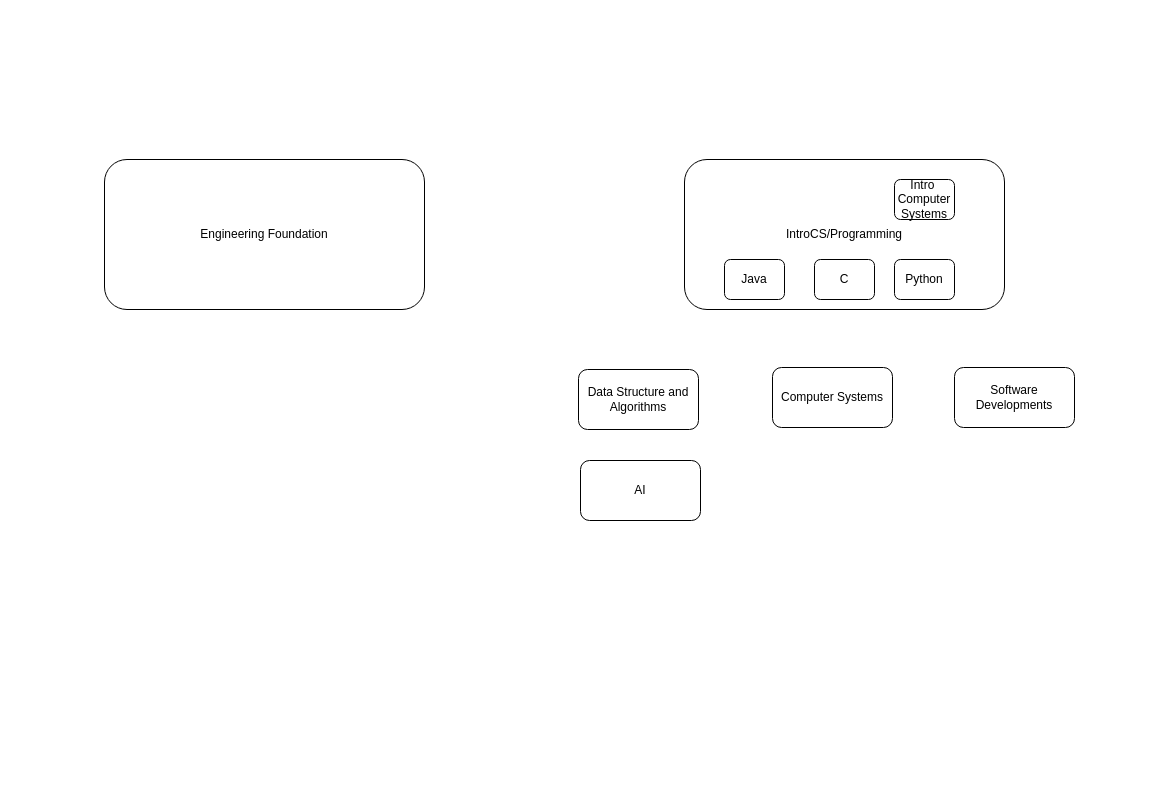
Earlier version of the draw.io diagram self-study.drawio (tqvnde/learning-notes). Source tidied: cells renumbered, new cells numbered last; positions are measured from the earlier drawing's top-left corner, leaving out a move shared by most shapes. Both pictures are drawn from the tidied source at 100%, with x=0, y=0 at pixel (104, 159).
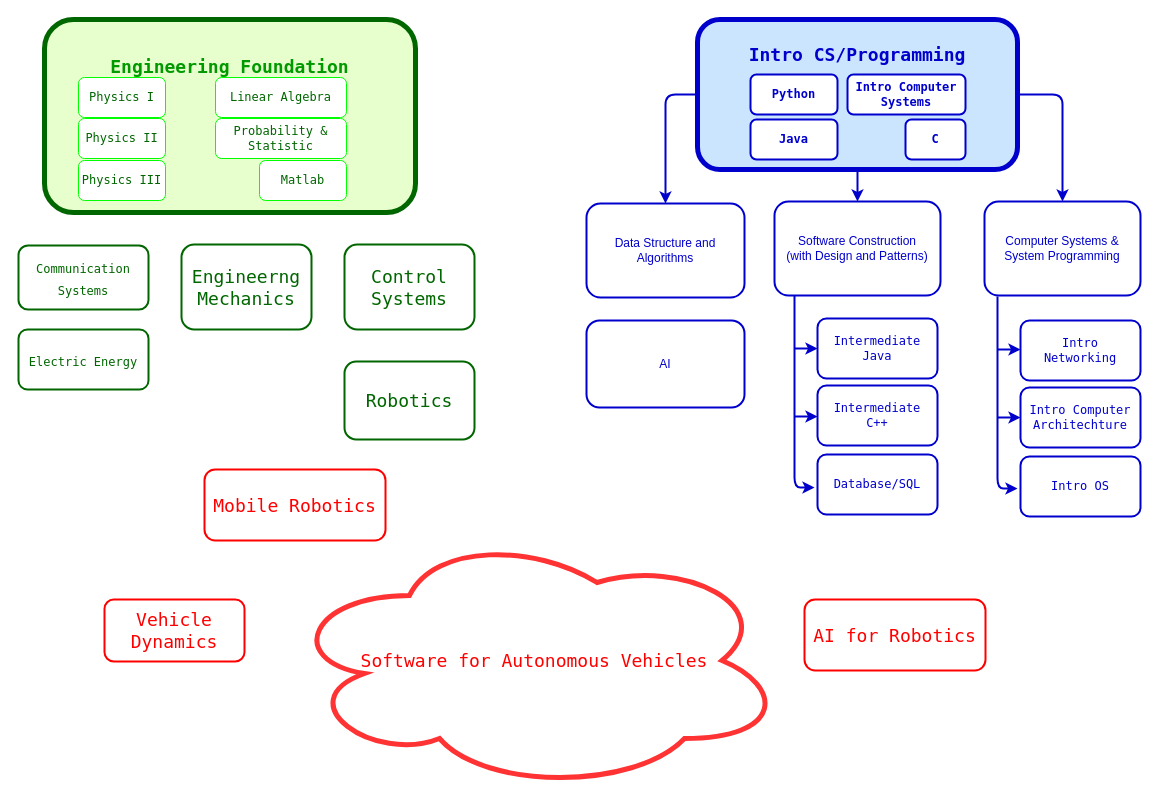
The same diagram, later.

The edit, as a diff of the source:
```diff
@@
-    <mxCell id="2" value="Engineering Foundation" style="rounded=1;whiteSpace=wrap;html=1;" parent="1" vertex="1">
-      <mxGeometry width="320" height="150" as="geometry" />
+    <mxCell id="2" value="Engineering Foundation" style="rounded=1;whiteSpace=wrap;html=1;spacingTop=-100;fontColor=#009900;fontFamily=Lucida Console;fontSize=18;fontStyle=1;strokeColor=#006600;strokeWidth=5;fillColor=#E6FFCC;" parent="1" vertex="1">
+      <mxGeometry x="-60" y="-140" width="371" height="193" as="geometry" />
     </mxCell>
+    <mxCell id="12" style="edgeStyle=none;html=1;exitX=0.5;exitY=1;exitDx=0;exitDy=0;entryX=0.5;entryY=0;entryDx=0;entryDy=0;fontFamily=Lucida Console;fontSize=12;fontColor=#0000CC;strokeColor=#0000CC;strokeWidth=2;" parent="1" edge="1" source="3" target="11">
+      <mxGeometry relative="1" as="geometry" />
+    </mxCell>
-    <mxCell id="3" value="IntroCS/Programming" style="rounded=1;whiteSpace=wrap;html=1;" parent="1" vertex="1">
-      <mxGeometry x="580" width="320" height="150" as="geometry" />
+    <mxCell id="3" value="Intro CS/Programming" style="rounded=1;whiteSpace=wrap;html=1;strokeColor=#0000CC;strokeWidth=5;fontColor=#0000CC;fontFamily=Lucida Console;fontStyle=1;fontSize=18;spacingBottom=0;spacingTop=-80;fillColor=#CCE5FF;" parent="1" vertex="1">
+      <mxGeometry x="593" y="-140" width="320" height="150" as="geometry" />
     </mxCell>
-    <mxCell id="4" value="Java" style="rounded=1;whiteSpace=wrap;html=1;" parent="1" vertex="1">
-      <mxGeometry x="620" y="100" width="60" height="40" as="geometry" />
+    <mxCell id="4" value="Java" style="rounded=1;whiteSpace=wrap;html=1;strokeColor=#0000CC;strokeWidth=2;fontColor=#0000CC;fontFamily=Lucida Console;fontStyle=1;" parent="1" vertex="1">
+      <mxGeometry x="646" y="-40" width="87" height="40" as="geometry" />
     </mxCell>
-    <mxCell id="5" value="Python" style="rounded=1;whiteSpace=wrap;html=1;" parent="1" vertex="1">
-      <mxGeometry x="790" y="100" width="60" height="40" as="geometry" />
+    <mxCell id="5" value="Python" style="rounded=1;whiteSpace=wrap;html=1;strokeColor=#0000CC;strokeWidth=2;fontColor=#0000CC;fontFamily=Lucida Console;fontStyle=1;" parent="1" vertex="1">
+      <mxGeometry x="646" y="-85" width="87" height="40" as="geometry" />
     </mxCell>
-    <mxCell id="6" value="C" style="rounded=1;whiteSpace=wrap;html=1;" parent="1" vertex="1">
-      <mxGeometry x="710" y="100" width="60" height="40" as="geometry" />
+    <mxCell id="6" value="C" style="rounded=1;whiteSpace=wrap;html=1;strokeColor=#0000CC;strokeWidth=2;fontColor=#0000CC;fontFamily=Lucida Console;fontStyle=1;" parent="1" vertex="1">
+      <mxGeometry x="801" y="-40" width="60" height="40" as="geometry" />
     </mxCell>
-    <mxCell id="7" value="Data Structure and Algorithms" style="rounded=1;whiteSpace=wrap;html=1;" parent="1" vertex="1">
-      <mxGeometry x="474" y="210" width="120" height="60" as="geometry" />
+    <mxCell id="7" value="Data Structure and Algorithms" style="rounded=1;whiteSpace=wrap;html=1;strokeColor=#0000CC;strokeWidth=2;fontColor=#0000CC;" parent="1" vertex="1">
+      <mxGeometry x="482" y="44" width="158" height="94" as="geometry" />
     </mxCell>
-    <mxCell id="8" value="AI" style="rounded=1;whiteSpace=wrap;html=1;" parent="1" vertex="1">
-      <mxGeometry x="476" y="301" width="120" height="60" as="geometry" />
+    <mxCell id="8" value="AI" style="rounded=1;whiteSpace=wrap;html=1;strokeColor=#0000CC;strokeWidth=2;fontColor=#0000CC;" parent="1" vertex="1">
+      <mxGeometry x="482" y="161" width="158" height="87" as="geometry" />
     </mxCell>
-    <mxCell id="9" value="Computer Systems" style="rounded=1;whiteSpace=wrap;html=1;" parent="1" vertex="1">
-      <mxGeometry x="668" y="208" width="120" height="60" as="geometry" />
+    <mxCell id="9" value="Computer Systems &amp;amp; System Programming" style="rounded=1;whiteSpace=wrap;html=1;strokeColor=#0000CC;strokeWidth=2;fontColor=#0000CC;" parent="1" vertex="1">
+      <mxGeometry x="880" y="42" width="156" height="94" as="geometry" />
     </mxCell>
-    <mxCell id="10" value="Intro&amp;nbsp; Computer Systems&lt;br&gt;" style="rounded=1;whiteSpace=wrap;html=1;" parent="1" vertex="1">
-      <mxGeometry x="790" y="20" width="60" height="40" as="geometry" />
+    <mxCell id="10" value="Intro Computer Systems" style="rounded=1;whiteSpace=wrap;html=1;strokeColor=#0000CC;strokeWidth=2;fontColor=#0000CC;fontFamily=Lucida Console;fontStyle=1;" parent="1" vertex="1">
+      <mxGeometry x="743" y="-85" width="118" height="40" as="geometry" />
     </mxCell>
-    <mxCell id="11" value="Software Developments" style="rounded=1;whiteSpace=wrap;html=1;" parent="1" vertex="1">
-      <mxGeometry x="850" y="208" width="120" height="60" as="geometry" />
+    <mxCell id="11" value="Software Construction &lt;br&gt;(with Design and Patterns)" style="rounded=1;whiteSpace=wrap;html=1;strokeColor=#0000CC;strokeWidth=2;fontColor=#0000CC;" parent="1" vertex="1">
+      <mxGeometry x="670" y="42" width="166" height="94" as="geometry" />
     </mxCell>
+    <mxCell id="13" value="Physics I" style="rounded=1;whiteSpace=wrap;html=1;fontColor=#006600;strokeColor=#00FF00;fontFamily=Lucida Console;" parent="1" vertex="1">
+      <mxGeometry x="-26" y="-82" width="87" height="40" as="geometry" />
+    </mxCell>
+    <mxCell id="14" value="Intermediate Java" style="rounded=1;whiteSpace=wrap;html=1;fontFamily=Lucida Console;fontSize=12;fontColor=#0000CC;strokeColor=#0000CC;strokeWidth=2;" parent="1" vertex="1">
+      <mxGeometry x="713" y="159" width="120" height="60" as="geometry" />
+    </mxCell>
+    <mxCell id="15" value="Intermediate&lt;br&gt;C++" style="rounded=1;whiteSpace=wrap;html=1;fontFamily=Lucida Console;fontSize=12;fontColor=#0000CC;strokeColor=#0000CC;strokeWidth=2;" parent="1" vertex="1">
+      <mxGeometry x="713" y="226" width="120" height="60" as="geometry" />
+    </mxCell>
+    <mxCell id="16" value="Database/SQL" style="rounded=1;whiteSpace=wrap;html=1;fontFamily=Lucida Console;fontSize=12;fontColor=#0000CC;strokeColor=#0000CC;strokeWidth=2;" parent="1" vertex="1">
+      <mxGeometry x="713" y="295" width="120" height="60" as="geometry" />
+    </mxCell>
+    <mxCell id="17" value="Intro &lt;br&gt;Networking" style="rounded=1;whiteSpace=wrap;html=1;fontFamily=Lucida Console;fontSize=12;fontColor=#0000CC;strokeColor=#0000CC;strokeWidth=2;" parent="1" vertex="1">
+      <mxGeometry x="916" y="161" width="120" height="60" as="geometry" />
+    </mxCell>
+    <mxCell id="18" value="Intro Computer Architechture" style="rounded=1;whiteSpace=wrap;html=1;fontFamily=Lucida Console;fontSize=12;fontColor=#0000CC;strokeColor=#0000CC;strokeWidth=2;" parent="1" vertex="1">
+      <mxGeometry x="916" y="228" width="120" height="60" as="geometry" />
+    </mxCell>
+    <mxCell id="19" value="Intro OS" style="rounded=1;whiteSpace=wrap;html=1;fontFamily=Lucida Console;fontSize=12;fontColor=#0000CC;strokeColor=#0000CC;strokeWidth=2;" parent="1" vertex="1">
+      <mxGeometry x="916" y="297" width="120" height="60" as="geometry" />
+    </mxCell>
+    <mxCell id="20" style="endArrow=classic;html=1;fontFamily=Lucida Console;fontSize=12;fontColor=#0000CC;entryX=0.5;entryY=0;entryDx=0;entryDy=0;exitX=0;exitY=0.5;exitDx=0;exitDy=0;strokeColor=#0000CC;strokeWidth=2;" parent="1" edge="1" source="3" target="7">
+      <mxGeometry relative="1" as="geometry">
+        <Array as="points">
+          <mxPoint x="561" y="-65" />
+        </Array>
+      </mxGeometry>
+    </mxCell>
+    <mxCell id="21" style="endArrow=classic;html=1;fontFamily=Lucida Console;fontSize=12;fontColor=#0000CC;strokeColor=#0000CC;strokeWidth=2;exitX=1;exitY=0.5;exitDx=0;exitDy=0;entryX=0.5;entryY=0;entryDx=0;entryDy=0;" parent="1" edge="1" source="3" target="9">
+      <mxGeometry relative="1" as="geometry">
+        <Array as="points">
+          <mxPoint x="958" y="-65" />
+        </Array>
+      </mxGeometry>
+    </mxCell>
+    <mxCell id="22" style="endArrow=classic;html=1;fontFamily=Lucida Console;fontSize=12;fontColor=#0000CC;strokeColor=#0000CC;strokeWidth=2;" parent="1" edge="1">
+      <mxGeometry relative="1" as="geometry">
+        <mxPoint x="690" y="136" as="sourcePoint" />
+        <mxPoint x="710" y="328" as="targetPoint" />
+        <Array as="points">
+          <mxPoint x="690" y="328" />
+        </Array>
+      </mxGeometry>
+    </mxCell>
+    <mxCell id="23" style="endArrow=classic;html=1;fontFamily=Lucida Console;fontSize=12;fontColor=#0000CC;strokeColor=#0000CC;strokeWidth=2;entryX=0;entryY=0.5;entryDx=0;entryDy=0;" parent="1" edge="1">
+      <mxGeometry relative="1" as="geometry">
+        <mxPoint x="690" y="189" as="sourcePoint" />
+        <mxPoint x="713" y="189" as="targetPoint" />
+      </mxGeometry>
+    </mxCell>
+    <mxCell id="24" style="endArrow=classic;html=1;fontFamily=Lucida Console;fontSize=12;fontColor=#0000CC;strokeColor=#0000CC;strokeWidth=2;" parent="1" edge="1">
+      <mxGeometry relative="1" as="geometry">
+        <mxPoint x="690" y="257" as="sourcePoint" />
+        <mxPoint x="713" y="257" as="targetPoint" />
+      </mxGeometry>
+    </mxCell>
+    <mxCell id="25" style="endArrow=classic;html=1;fontFamily=Lucida Console;fontSize=12;fontColor=#0000CC;strokeColor=#0000CC;strokeWidth=2;" parent="1" edge="1">
+      <mxGeometry relative="1" as="geometry">
+        <mxPoint x="893" y="137" as="sourcePoint" />
+        <mxPoint x="913" y="329" as="targetPoint" />
+        <Array as="points">
+          <mxPoint x="893" y="329" />
+        </Array>
+      </mxGeometry>
+    </mxCell>
+    <mxCell id="26" style="endArrow=classic;html=1;fontFamily=Lucida Console;fontSize=12;fontColor=#0000CC;strokeColor=#0000CC;strokeWidth=2;entryX=0;entryY=0.5;entryDx=0;entryDy=0;" parent="1" edge="1">
+      <mxGeometry relative="1" as="geometry">
+        <mxPoint x="893" y="190" as="sourcePoint" />
+        <mxPoint x="916" y="190" as="targetPoint" />
+      </mxGeometry>
+    </mxCell>
+    <mxCell id="27" style="endArrow=classic;html=1;fontFamily=Lucida Console;fontSize=12;fontColor=#0000CC;strokeColor=#0000CC;strokeWidth=2;" parent="1" edge="1">
+      <mxGeometry relative="1" as="geometry">
+        <mxPoint x="893" y="258" as="sourcePoint" />
+        <mxPoint x="916" y="258" as="targetPoint" />
+      </mxGeometry>
+    </mxCell>
+    <mxCell id="28" value="Physics II" style="rounded=1;whiteSpace=wrap;html=1;fontColor=#006600;strokeColor=#00FF00;fontFamily=Lucida Console;" parent="1" vertex="1">
+      <mxGeometry x="-26" y="-41" width="87" height="40" as="geometry" />
+    </mxCell>
+    <mxCell id="29" value="Physics III" style="rounded=1;whiteSpace=wrap;html=1;fontColor=#006600;strokeColor=#00FF00;fontFamily=Lucida Console;" parent="1" vertex="1">
+      <mxGeometry x="-26" y="1" width="87" height="40" as="geometry" />
+    </mxCell>
+    <mxCell id="30" value="Linear Algebra" style="rounded=1;whiteSpace=wrap;html=1;fontColor=#006600;strokeColor=#00FF00;fontFamily=Lucida Console;" parent="1" vertex="1">
+      <mxGeometry x="111" y="-82" width="131" height="40" as="geometry" />
+    </mxCell>
+    <mxCell id="31" value="Probability &amp;amp; Statistic" style="rounded=1;whiteSpace=wrap;html=1;fontColor=#006600;strokeColor=#00FF00;fontFamily=Lucida Console;" parent="1" vertex="1">
+      <mxGeometry x="111" y="-41" width="131" height="40" as="geometry" />
+    </mxCell>
+    <mxCell id="32" value="Matlab" style="rounded=1;whiteSpace=wrap;html=1;fontColor=#006600;strokeColor=#00FF00;fontFamily=Lucida Console;" parent="1" vertex="1">
+      <mxGeometry x="155" y="1" width="87" height="40" as="geometry" />
+    </mxCell>
+    <mxCell id="33" value="&lt;font color=&quot;#ff0000&quot;&gt;Software for Autonomous Vehicles&lt;/font&gt;" style="ellipse;shape=cloud;whiteSpace=wrap;html=1;fontFamily=Lucida Console;fontSize=18;fontColor=#006600;strokeColor=#FF3333;strokeWidth=5;fillColor=#FFFFFF;" parent="1" vertex="1">
+      <mxGeometry x="180" y="371" width="500" height="260" as="geometry" />
+    </mxCell>
+    <mxCell id="34" value="Robotics" style="rounded=1;whiteSpace=wrap;html=1;fontFamily=Lucida Console;fontSize=18;fontColor=#006600;strokeColor=#006600;strokeWidth=2;fillColor=#FFFFFF;" parent="1" vertex="1">
+      <mxGeometry x="240" y="202" width="130" height="78" as="geometry" />
+    </mxCell>
+    <mxCell id="35" value="Control Systems" style="rounded=1;whiteSpace=wrap;html=1;fontFamily=Lucida Console;fontSize=18;fontColor=#006600;strokeColor=#006600;strokeWidth=2;fillColor=#FFFFFF;" parent="1" vertex="1">
+      <mxGeometry x="240" y="85" width="130" height="85" as="geometry" />
+    </mxCell>
+    <mxCell id="36" value="Engineerng Mechanics" style="rounded=1;whiteSpace=wrap;html=1;fontFamily=Lucida Console;fontSize=18;fontColor=#006600;strokeColor=#006600;strokeWidth=2;fillColor=#FFFFFF;" parent="1" vertex="1">
+      <mxGeometry x="77" y="85" width="130" height="85" as="geometry" />
+    </mxCell>
+    <mxCell id="37" value="&lt;font color=&quot;#ff0000&quot;&gt;Vehicle Dynamics&lt;/font&gt;" style="rounded=1;whiteSpace=wrap;html=1;fontFamily=Lucida Console;fontSize=18;fontColor=#006600;strokeColor=#FF0000;strokeWidth=2;fillColor=#FFFFFF;" parent="1" vertex="1">
+      <mxGeometry y="440" width="140" height="62" as="geometry" />
+    </mxCell>
+    <mxCell id="38" value="&lt;font style=&quot;font-size: 12px&quot;&gt;Communication Systems&lt;/font&gt;" style="rounded=1;whiteSpace=wrap;html=1;fontFamily=Lucida Console;fontSize=18;fontColor=#006600;strokeColor=#006600;strokeWidth=2;fillColor=#FFFFFF;" parent="1" vertex="1">
+      <mxGeometry x="-86" y="86" width="130" height="64" as="geometry" />
+    </mxCell>
+    <mxCell id="39" value="&lt;span style=&quot;font-size: 12px&quot;&gt;Electric Energy&lt;/span&gt;" style="rounded=1;whiteSpace=wrap;html=1;fontFamily=Lucida Console;fontSize=18;fontColor=#006600;strokeColor=#006600;strokeWidth=2;fillColor=#FFFFFF;" parent="1" vertex="1">
+      <mxGeometry x="-86" y="170" width="130" height="60" as="geometry" />
+    </mxCell>
+    <mxCell id="40" value="&lt;font color=&quot;#ff0000&quot;&gt;Mobile Robotics&lt;/font&gt;" style="rounded=1;whiteSpace=wrap;html=1;fontFamily=Lucida Console;fontSize=18;fontColor=#006600;strokeColor=#FF0000;strokeWidth=2;fillColor=#FFFFFF;" parent="1" vertex="1">
+      <mxGeometry x="100" y="310" width="181" height="71" as="geometry" />
+    </mxCell>
+    <mxCell id="41" value="&lt;font color=&quot;#ff0000&quot;&gt;AI for Robotics&lt;/font&gt;" style="rounded=1;whiteSpace=wrap;html=1;fontFamily=Lucida Console;fontSize=18;fontColor=#006600;strokeColor=#FF0000;strokeWidth=2;fillColor=#FFFFFF;" parent="1" vertex="1">
+      <mxGeometry x="700" y="440" width="181" height="71" as="geometry" />
+    </mxCell>
```
